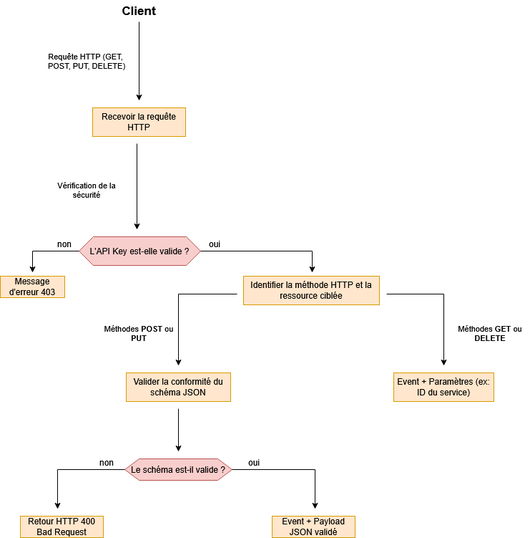
hafsaa22/API_REST_Serverless keeps this draw.io diagram as Workflow/Workflow.png. Above is the earlier version. Source tidied: cells renumbered, new cells last; positions are measured from the earlier drawing's top-left corner, leaving out a move shared by most shapes.
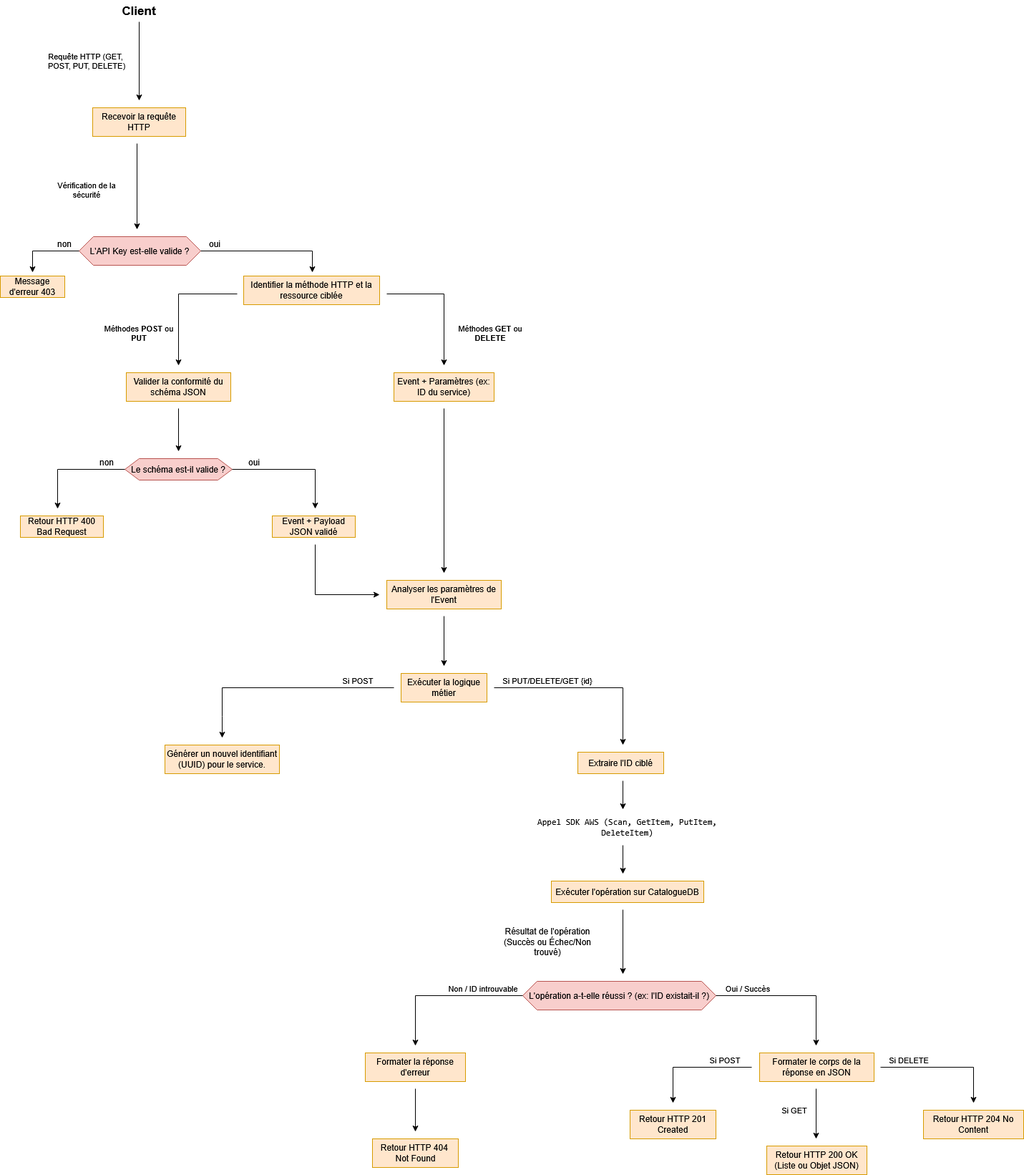
Later version of the same file.

Commit message:
Mettre à jour Workflow

Diff of the diagram source:
```diff
@@ -123,5 +123,175 @@
     <mxCell id="28" value="Event + Paramètres (ex: ID du service)" style="rounded=0;whiteSpace=wrap;html=1;fillColor=#ffe6cc;strokeColor=#d79b00;" parent="1" vertex="1">
       <mxGeometry x="550" y="520" width="140" height="40" as="geometry" />
     </mxCell>
+    <mxCell id="29" value=" Analyser les paramètres de l'Event" style="rounded=0;whiteSpace=wrap;html=1;fillColor=#ffe6cc;strokeColor=#d79b00;" parent="1" vertex="1">
+      <mxGeometry x="540" y="810" width="160" height="40" as="geometry" />
+    </mxCell>
+    <mxCell id="30" style="endArrow=classic;html=1;rounded=0;" parent="1" edge="1">
+      <mxGeometry relative="1" as="geometry">
+        <mxPoint x="440" y="760" as="sourcePoint" />
+        <mxPoint x="530" y="830" as="targetPoint" />
+        <Array as="points">
+          <mxPoint x="440" y="830" />
+        </Array>
+      </mxGeometry>
+    </mxCell>
+    <mxCell id="31" style="endArrow=classic;html=1;rounded=0;" parent="1" edge="1">
+      <mxGeometry relative="1" as="geometry">
+        <mxPoint x="620" y="570" as="sourcePoint" />
+        <mxPoint x="620" y="800" as="targetPoint" />
+      </mxGeometry>
+    </mxCell>
+    <mxCell id="32" value=" Exécuter la logique métier" style="rounded=0;whiteSpace=wrap;html=1;fillColor=#ffe6cc;strokeColor=#d79b00;" parent="1" vertex="1">
+      <mxGeometry x="560" y="940" width="120" height="40" as="geometry" />
+    </mxCell>
+    <mxCell id="33" style="endArrow=classic;html=1;rounded=0;" parent="1" edge="1">
+      <mxGeometry relative="1" as="geometry">
+        <mxPoint x="620" y="860" as="sourcePoint" />
+        <mxPoint x="620" y="930" as="targetPoint" />
+      </mxGeometry>
+    </mxCell>
+    <mxCell id="34" style="endArrow=classic;html=1;rounded=0;" parent="1" edge="1">
+      <mxGeometry relative="1" as="geometry">
+        <mxPoint x="550" y="960" as="sourcePoint" />
+        <mxPoint x="310" y="1030" as="targetPoint" />
+        <Array as="points">
+          <mxPoint x="310" y="960" />
+          <mxPoint x="310" y="1000" />
+        </Array>
+      </mxGeometry>
+    </mxCell>
+    <mxCell id="35" value="Si POST" style="text;html=1;whiteSpace=wrap;align=center;verticalAlign=middle;rounded=0;fontSize=11;" parent="1" vertex="1">
+      <mxGeometry x="470" y="940" width="60" height="20" as="geometry" />
+    </mxCell>
+    <mxCell id="36" value="Générer un nouvel identifiant (UUID) pour le service." style="rounded=0;whiteSpace=wrap;html=1;fillColor=#ffe6cc;strokeColor=#d79b00;" parent="1" vertex="1">
+      <mxGeometry x="230" y="1040" width="160" height="40" as="geometry" />
+    </mxCell>
+    <mxCell id="37" value=" Extraire l'ID ciblé" style="rounded=0;whiteSpace=wrap;html=1;fillColor=#ffe6cc;strokeColor=#d79b00;" parent="1" vertex="1">
+      <mxGeometry x="807" y="1050" width="120" height="30" as="geometry" />
+    </mxCell>
+    <mxCell id="38" style="endArrow=classic;html=1;rounded=0;" parent="1" edge="1">
+      <mxGeometry relative="1" as="geometry">
+        <mxPoint x="690" y="960" as="sourcePoint" />
+        <mxPoint x="870" y="1040" as="targetPoint" />
+        <Array as="points">
+          <mxPoint x="870" y="960" />
+        </Array>
+      </mxGeometry>
+    </mxCell>
+    <mxCell id="39" value="Si PUT/DELETE/GET {id}" style="text;html=1;whiteSpace=wrap;strokeColor=none;fillColor=none;align=center;verticalAlign=middle;rounded=0;fontSize=11;" parent="1" vertex="1">
+      <mxGeometry x="690" y="935" width="150" height="30" as="geometry" />
+    </mxCell>
+    <mxCell id="40" value="&lt;code&gt;Appel SDK AWS (Scan, GetItem, PutItem, DeleteItem)&lt;/code&gt; " style="text;html=1;whiteSpace=wrap;strokeColor=none;fillColor=none;align=center;verticalAlign=middle;rounded=0;" parent="1" vertex="1">
+      <mxGeometry x="740" y="1140" width="273" height="30" as="geometry" />
+    </mxCell>
+    <mxCell id="41" style="endArrow=classic;html=1;rounded=0;" parent="1" edge="1">
+      <mxGeometry relative="1" as="geometry">
+        <mxPoint x="870" y="1090" as="sourcePoint" />
+        <mxPoint x="870" y="1130" as="targetPoint" />
+      </mxGeometry>
+    </mxCell>
+    <mxCell id="42" value=" Exécuter l'opération sur CatalogueDB" style="rounded=0;whiteSpace=wrap;html=1;fillColor=#ffe6cc;strokeColor=#d79b00;" parent="1" vertex="1">
+      <mxGeometry x="770" y="1230" width="213" height="30" as="geometry" />
+    </mxCell>
+    <mxCell id="43" style="endArrow=classic;html=1;rounded=0;" parent="1" edge="1">
+      <mxGeometry relative="1" as="geometry">
+        <mxPoint x="870" y="1180" as="sourcePoint" />
+        <mxPoint x="870" y="1220" as="targetPoint" />
+      </mxGeometry>
+    </mxCell>
+    <mxCell id="44" value="Résultat de l'opération (Succès ou Échec/Non trouvé)" style="text;html=1;whiteSpace=wrap;strokeColor=none;fillColor=none;align=center;verticalAlign=middle;rounded=0;" parent="1" vertex="1">
+      <mxGeometry x="685" y="1300" width="160" height="30" as="geometry" />
+    </mxCell>
+    <mxCell id="45" style="endArrow=classic;html=1;rounded=0;" parent="1" edge="1">
+      <mxGeometry relative="1" as="geometry">
+        <mxPoint x="870" y="1270" as="sourcePoint" />
+        <mxPoint x="870" y="1360" as="targetPoint" />
+      </mxGeometry>
+    </mxCell>
+    <mxCell id="46" value="L'opération a-t-elle réussi ? (ex: l'ID existait-il ?)" style="shape=hexagon;perimeter=hexagonPerimeter2;whiteSpace=wrap;html=1;fixedSize=1;fillColor=#f8cecc;strokeColor=#b85450;" parent="1" vertex="1">
+      <mxGeometry x="730" y="1370" width="270" height="40" as="geometry" />
+    </mxCell>
+    <mxCell id="47" style="endArrow=classic;html=1;rounded=0;exitX=0;exitY=0.5;exitDx=0;exitDy=0;" parent="1" edge="1" source="46">
+      <mxGeometry relative="1" as="geometry">
+        <mxPoint x="580" y="1460" as="targetPoint" />
+        <Array as="points">
+          <mxPoint x="580" y="1390" />
+        </Array>
+      </mxGeometry>
+    </mxCell>
+    <mxCell id="48" value="Non / ID introuvable" style="text;html=1;whiteSpace=wrap;strokeColor=none;fillColor=none;align=center;verticalAlign=middle;rounded=0;fontSize=11;" parent="1" vertex="1">
+      <mxGeometry x="620" y="1370" width="110" height="20" as="geometry" />
+    </mxCell>
+    <mxCell id="49" value="&lt;span&gt;Formater la réponse d'erreur&lt;/span&gt; " style="rounded=0;whiteSpace=wrap;html=1;fillColor=#ffe6cc;strokeColor=#d79b00;" parent="1" vertex="1">
+      <mxGeometry x="510" y="1470" width="140" height="40" as="geometry" />
+    </mxCell>
+    <mxCell id="50" style="endArrow=classic;html=1;rounded=0;" parent="1" edge="1">
+      <mxGeometry relative="1" as="geometry">
+        <mxPoint x="580" y="1520" as="sourcePoint" />
+        <mxPoint x="580" y="1580" as="targetPoint" />
+      </mxGeometry>
+    </mxCell>
+    <mxCell id="51" style="endArrow=classic;html=1;rounded=0;exitX=1;exitY=0.5;exitDx=0;exitDy=0;" parent="1" edge="1" source="46">
+      <mxGeometry relative="1" as="geometry">
+        <mxPoint x="1140" y="1460" as="targetPoint" />
+        <Array as="points">
+          <mxPoint x="1140" y="1390" />
+        </Array>
+      </mxGeometry>
+    </mxCell>
+    <mxCell id="52" value="Oui / Succès" style="text;html=1;whiteSpace=wrap;strokeColor=none;fillColor=none;align=center;verticalAlign=middle;rounded=0;fontSize=11;" parent="1" vertex="1">
+      <mxGeometry x="1000" y="1370" width="90" height="20" as="geometry" />
+    </mxCell>
+    <mxCell id="53" value="Formater le corps de la réponse en JSON" style="rounded=0;whiteSpace=wrap;html=1;fillColor=#ffe6cc;strokeColor=#d79b00;" parent="1" vertex="1">
+      <mxGeometry x="1061" y="1470" width="160" height="40" as="geometry" />
+    </mxCell>
+    <mxCell id="54" style="endArrow=classic;html=1;rounded=0;" parent="1" edge="1">
+      <mxGeometry relative="1" as="geometry">
+        <mxPoint x="1050" y="1490" as="sourcePoint" />
+        <mxPoint x="940" y="1540" as="targetPoint" />
+        <Array as="points">
+          <mxPoint x="940" y="1490" />
+        </Array>
+      </mxGeometry>
+    </mxCell>
+    <mxCell id="55" value="Si POST" style="text;html=1;whiteSpace=wrap;strokeColor=none;fillColor=none;align=center;verticalAlign=middle;rounded=0;fontSize=11;" parent="1" vertex="1">
+      <mxGeometry x="983" y="1470" width="60" height="20" as="geometry" />
+    </mxCell>
+    <mxCell id="56" value="Retour HTTP 201 Created" style="rounded=0;whiteSpace=wrap;html=1;fillColor=#ffe6cc;strokeColor=#d79b00;" parent="1" vertex="1">
+      <mxGeometry x="880" y="1550" width="120" height="40" as="geometry" />
+    </mxCell>
+    <mxCell id="57" style="rounded=0;whiteSpace=wrap;html=1;fillColor=#ffe6cc;strokeColor=#d79b00;" parent="1" vertex="1">
+      <mxGeometry x="520" y="1590" width="120" height="40" as="geometry" />
+    </mxCell>
+    <mxCell id="58" value="&lt;div&gt;Retour HTTP 404&amp;nbsp;&lt;/div&gt;&lt;div&gt;Not Found&lt;/div&gt;" style="text;html=1;whiteSpace=wrap;strokeColor=none;fillColor=none;align=center;verticalAlign=middle;rounded=0;" parent="1" vertex="1">
+      <mxGeometry x="517.5" y="1595" width="125" height="30" as="geometry" />
+    </mxCell>
+    <mxCell id="59" style="endArrow=classic;html=1;rounded=0;" parent="1" edge="1">
+      <mxGeometry relative="1" as="geometry">
+        <mxPoint x="1140" y="1520" as="sourcePoint" />
+        <mxPoint x="1140" y="1590" as="targetPoint" />
+      </mxGeometry>
+    </mxCell>
+    <mxCell id="60" value="Si GET" style="text;html=1;whiteSpace=wrap;strokeColor=none;fillColor=none;align=center;verticalAlign=middle;rounded=0;fontSize=11;" parent="1" vertex="1">
+      <mxGeometry x="1080" y="1540" width="60" height="20" as="geometry" />
+    </mxCell>
+    <mxCell id="61" value="Retour HTTP 200 OK (Liste ou Objet JSON)" style="rounded=0;whiteSpace=wrap;html=1;fillColor=#ffe6cc;strokeColor=#d79b00;" parent="1" vertex="1">
+      <mxGeometry x="1071" y="1600" width="140" height="40" as="geometry" />
+    </mxCell>
+    <mxCell id="62" style="endArrow=classic;html=1;rounded=0;" parent="1" edge="1">
+      <mxGeometry relative="1" as="geometry">
+        <mxPoint x="1230" y="1490" as="sourcePoint" />
+        <mxPoint x="1360" y="1540" as="targetPoint" />
+        <Array as="points">
+          <mxPoint x="1360" y="1490" />
+        </Array>
+      </mxGeometry>
+    </mxCell>
+    <mxCell id="63" value="&lt;font style=&quot;font-size: 11px;&quot;&gt;Si DELETE&lt;/font&gt;" style="text;html=1;whiteSpace=wrap;strokeColor=none;fillColor=none;align=center;verticalAlign=middle;rounded=0;" parent="1" vertex="1">
+      <mxGeometry x="1240" y="1470" width="60" height="20" as="geometry" />
+    </mxCell>
+    <mxCell id="64" value="Retour HTTP 204 No Content" style="rounded=0;whiteSpace=wrap;html=1;fillColor=#ffe6cc;strokeColor=#d79b00;" parent="1" vertex="1">
+      <mxGeometry x="1290" y="1550" width="140" height="40" as="geometry" />
+    </mxCell>
   </root>
 </mxGraphModel>
```
